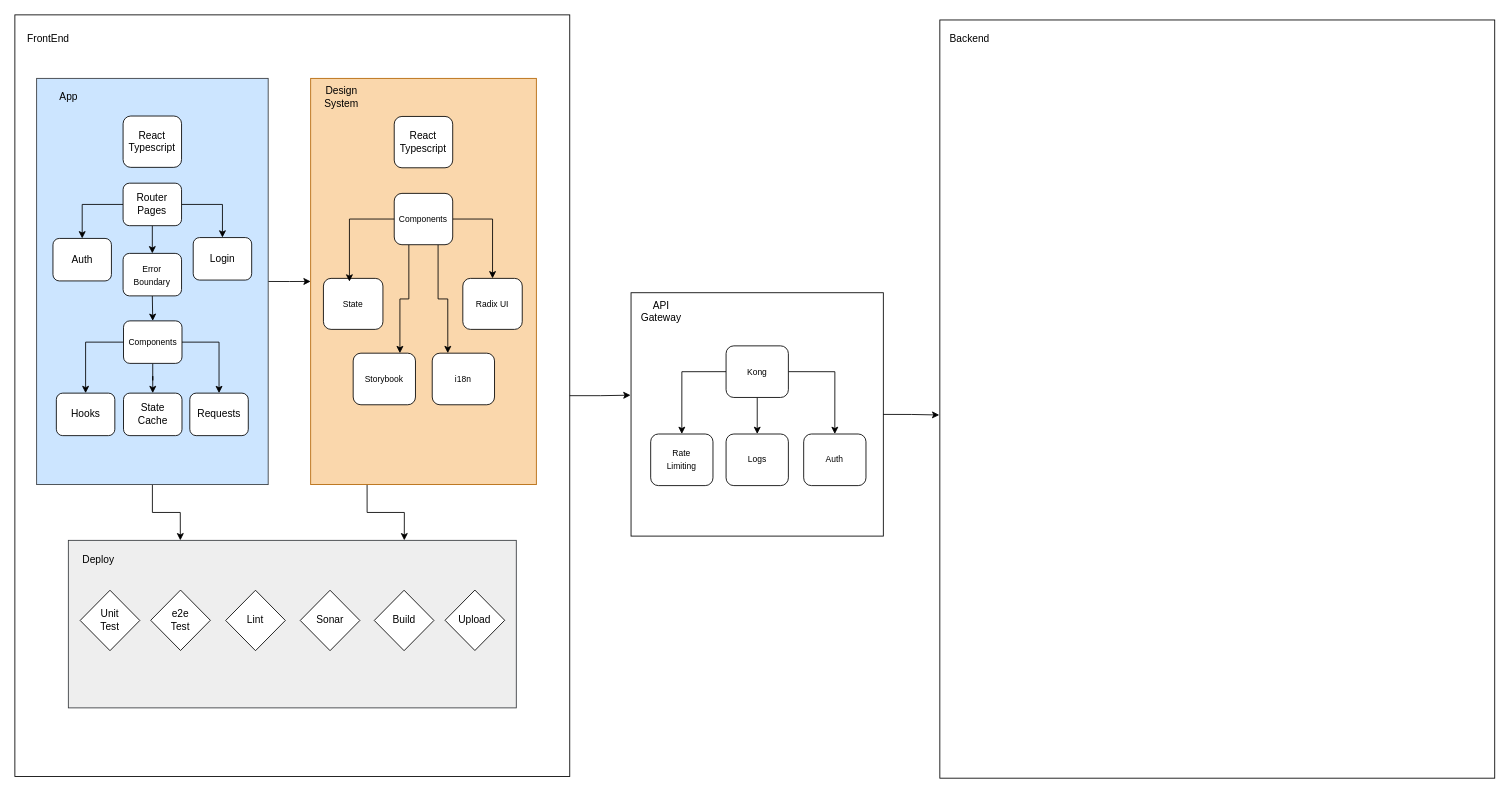
matheushf/drawio keeps this draw.io diagram as saved/SystemDesign.drawio. Above is the earlier version. Source tidied: cells renumbered, new cells numbered last; positions are measured from the earlier drawing's top-left corner, leaving out a move shared by most shapes. Both pictures are drawn from the tidied source at 85%, with x=0, y=0 at pixel (14, 14).
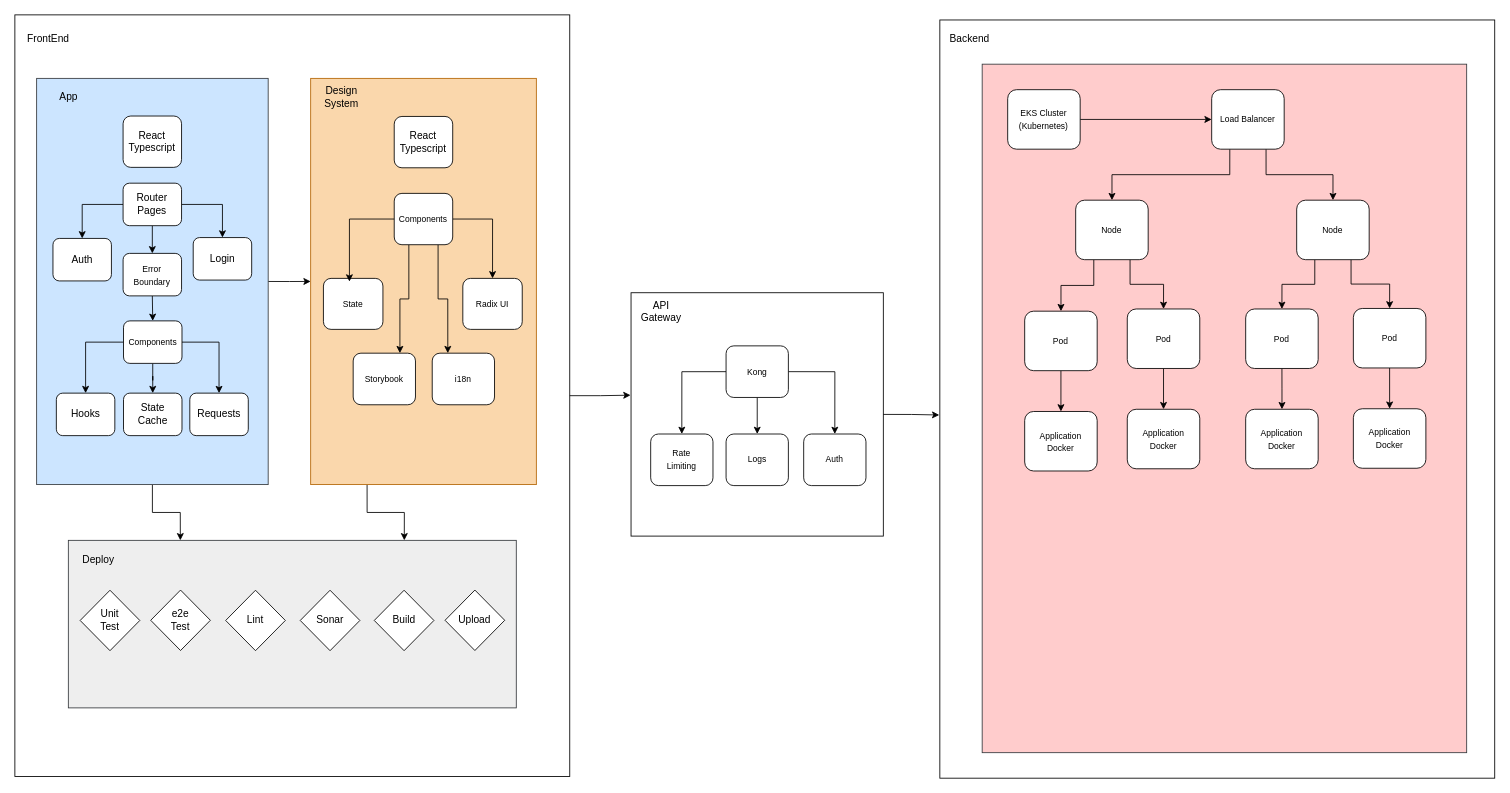
The same diagram, later.

What changed in the source:
```diff
@@
+    <mxCell id="58" style="rounded=0;whiteSpace=wrap;html=1;fillColor=#ffcccc;strokeColor=#36393d;" parent="1" vertex="1">
+      <mxGeometry x="1138" y="58" width="570" height="810" as="geometry" />
+    </mxCell>
+    <mxCell id="59" style="edgeStyle=orthogonalEdgeStyle;rounded=0;jettySize=auto;html=1;exitX=1;exitY=0.5;exitDx=0;exitDy=0;fontFamily=Helvetica;fontSize=12;fontColor=default;" parent="1" edge="1" source="60" target="63">
+      <mxGeometry relative="1" as="geometry" />
+    </mxCell>
+    <mxCell id="60" value="&lt;span style=&quot;font-size: 10px;&quot;&gt;EKS Cluster&lt;/span&gt;&lt;div&gt;&lt;span style=&quot;font-size: 10px;&quot;&gt;(Kubernetes)&lt;/span&gt;&lt;/div&gt;" style="rounded=1;whiteSpace=wrap;html=1;" parent="1" vertex="1">
+      <mxGeometry x="1168" y="88" width="85.3" height="70" as="geometry" />
+    </mxCell>
+    <mxCell id="61" style="edgeStyle=orthogonalEdgeStyle;rounded=0;jettySize=auto;html=1;exitX=0.25;exitY=1;exitDx=0;exitDy=0;fontFamily=Helvetica;fontSize=12;fontColor=default;" parent="1" edge="1" source="63" target="66">
+      <mxGeometry relative="1" as="geometry" />
+    </mxCell>
+    <mxCell id="62" style="edgeStyle=orthogonalEdgeStyle;rounded=0;jettySize=auto;html=1;exitX=0.75;exitY=1;exitDx=0;exitDy=0;fontFamily=Helvetica;fontSize=12;fontColor=default;" parent="1" edge="1" source="63" target="69">
+      <mxGeometry relative="1" as="geometry" />
+    </mxCell>
+    <mxCell id="63" value="&lt;span style=&quot;font-size: 10px;&quot;&gt;Load Balancer&lt;/span&gt;" style="rounded=1;whiteSpace=wrap;html=1;" parent="1" vertex="1">
+      <mxGeometry x="1408" y="88" width="85.3" height="70" as="geometry" />
+    </mxCell>
+    <mxCell id="64" style="edgeStyle=orthogonalEdgeStyle;rounded=0;jettySize=auto;html=1;exitX=0.25;exitY=1;exitDx=0;exitDy=0;fontFamily=Helvetica;fontSize=12;fontColor=default;" parent="1" edge="1" source="66" target="71">
+      <mxGeometry relative="1" as="geometry" />
+    </mxCell>
+    <mxCell id="65" style="edgeStyle=orthogonalEdgeStyle;rounded=0;jettySize=auto;html=1;exitX=0.75;exitY=1;exitDx=0;exitDy=0;entryX=0.5;entryY=0;entryDx=0;entryDy=0;fontFamily=Helvetica;fontSize=12;fontColor=default;" parent="1" edge="1" source="66" target="73">
+      <mxGeometry relative="1" as="geometry" />
+    </mxCell>
+    <mxCell id="66" value="&lt;span style=&quot;font-size: 10px;&quot;&gt;Node&lt;/span&gt;" style="rounded=1;whiteSpace=wrap;html=1;" parent="1" vertex="1">
+      <mxGeometry x="1248" y="218" width="85.3" height="70" as="geometry" />
+    </mxCell>
+    <mxCell id="67" style="edgeStyle=orthogonalEdgeStyle;rounded=0;jettySize=auto;html=1;exitX=0.25;exitY=1;exitDx=0;exitDy=0;entryX=0.5;entryY=0;entryDx=0;entryDy=0;fontFamily=Helvetica;fontSize=12;fontColor=default;" parent="1" edge="1" source="69" target="75">
+      <mxGeometry relative="1" as="geometry" />
+    </mxCell>
+    <mxCell id="68" style="edgeStyle=orthogonalEdgeStyle;rounded=0;jettySize=auto;html=1;exitX=0.75;exitY=1;exitDx=0;exitDy=0;entryX=0.5;entryY=0;entryDx=0;entryDy=0;fontFamily=Helvetica;fontSize=12;fontColor=default;" parent="1" edge="1" source="69" target="77">
+      <mxGeometry relative="1" as="geometry" />
+    </mxCell>
+    <mxCell id="69" value="&lt;span style=&quot;font-size: 10px;&quot;&gt;Node&lt;/span&gt;" style="rounded=1;whiteSpace=wrap;html=1;" parent="1" vertex="1">
+      <mxGeometry x="1508" y="218" width="85.3" height="70" as="geometry" />
+    </mxCell>
+    <mxCell id="70" style="edgeStyle=orthogonalEdgeStyle;rounded=0;jettySize=auto;html=1;exitX=0.5;exitY=1;exitDx=0;exitDy=0;entryX=0.5;entryY=0;entryDx=0;entryDy=0;fontFamily=Helvetica;fontSize=12;fontColor=default;" parent="1" edge="1" source="71" target="78">
+      <mxGeometry relative="1" as="geometry" />
+    </mxCell>
+    <mxCell id="71" value="&lt;span style=&quot;font-size: 10px;&quot;&gt;Pod&lt;/span&gt;" style="rounded=1;whiteSpace=wrap;html=1;" parent="1" vertex="1">
+      <mxGeometry x="1188" y="348.6" width="85.3" height="70" as="geometry" />
+    </mxCell>
+    <mxCell id="72" style="edgeStyle=orthogonalEdgeStyle;rounded=0;jettySize=auto;html=1;exitX=0.5;exitY=1;exitDx=0;exitDy=0;entryX=0.5;entryY=0;entryDx=0;entryDy=0;fontFamily=Helvetica;fontSize=12;fontColor=default;" parent="1" edge="1" source="73" target="79">
+      <mxGeometry relative="1" as="geometry" />
+    </mxCell>
+    <mxCell id="73" value="&lt;span style=&quot;font-size: 10px;&quot;&gt;Pod&lt;/span&gt;" style="rounded=1;whiteSpace=wrap;html=1;" parent="1" vertex="1">
+      <mxGeometry x="1308.7" y="346" width="85.3" height="70" as="geometry" />
+    </mxCell>
+    <mxCell id="74" style="edgeStyle=orthogonalEdgeStyle;rounded=0;jettySize=auto;html=1;exitX=0.5;exitY=1;exitDx=0;exitDy=0;fontFamily=Helvetica;fontSize=12;fontColor=default;" parent="1" edge="1" source="75" target="80">
+      <mxGeometry relative="1" as="geometry" />
+    </mxCell>
+    <mxCell id="75" value="&lt;span style=&quot;font-size: 10px;&quot;&gt;Pod&lt;/span&gt;" style="rounded=1;whiteSpace=wrap;html=1;" parent="1" vertex="1">
+      <mxGeometry x="1448" y="346" width="85.3" height="70" as="geometry" />
+    </mxCell>
+    <mxCell id="76" style="edgeStyle=orthogonalEdgeStyle;rounded=0;jettySize=auto;html=1;exitX=0.5;exitY=1;exitDx=0;exitDy=0;entryX=0.5;entryY=0;entryDx=0;entryDy=0;fontFamily=Helvetica;fontSize=12;fontColor=default;" parent="1" edge="1" source="77" target="81">
+      <mxGeometry relative="1" as="geometry" />
+    </mxCell>
+    <mxCell id="77" value="&lt;span style=&quot;font-size: 10px;&quot;&gt;Pod&lt;/span&gt;" style="rounded=1;whiteSpace=wrap;html=1;" parent="1" vertex="1">
+      <mxGeometry x="1574.7" y="345.4" width="85.3" height="70" as="geometry" />
+    </mxCell>
+    <mxCell id="78" value="&lt;span style=&quot;font-size: 10px;&quot;&gt;Application&lt;/span&gt;&lt;div&gt;&lt;span style=&quot;font-size: 10px;&quot;&gt;Docker&lt;/span&gt;&lt;/div&gt;" style="rounded=1;whiteSpace=wrap;html=1;" parent="1" vertex="1">
+      <mxGeometry x="1188" y="466.6" width="85.3" height="70" as="geometry" />
+    </mxCell>
+    <mxCell id="79" value="&lt;span style=&quot;font-size: 10px;&quot;&gt;Application&lt;/span&gt;&lt;div&gt;&lt;span style=&quot;font-size: 10px;&quot;&gt;Docker&lt;/span&gt;&lt;/div&gt;" style="rounded=1;whiteSpace=wrap;html=1;" parent="1" vertex="1">
+      <mxGeometry x="1308.7" y="464" width="85.3" height="70" as="geometry" />
+    </mxCell>
+    <mxCell id="80" value="&lt;span style=&quot;font-size: 10px;&quot;&gt;Application&lt;/span&gt;&lt;div&gt;&lt;span style=&quot;font-size: 10px;&quot;&gt;Docker&lt;/span&gt;&lt;/div&gt;" style="rounded=1;whiteSpace=wrap;html=1;" parent="1" vertex="1">
+      <mxGeometry x="1448" y="464" width="85.3" height="70" as="geometry" />
+    </mxCell>
+    <mxCell id="81" value="&lt;span style=&quot;font-size: 10px;&quot;&gt;Application&lt;/span&gt;&lt;div&gt;&lt;span style=&quot;font-size: 10px;&quot;&gt;Docker&lt;/span&gt;&lt;/div&gt;" style="rounded=1;whiteSpace=wrap;html=1;" parent="1" vertex="1">
+      <mxGeometry x="1574.7" y="463.4" width="85.3" height="70" as="geometry" />
+    </mxCell>
```
